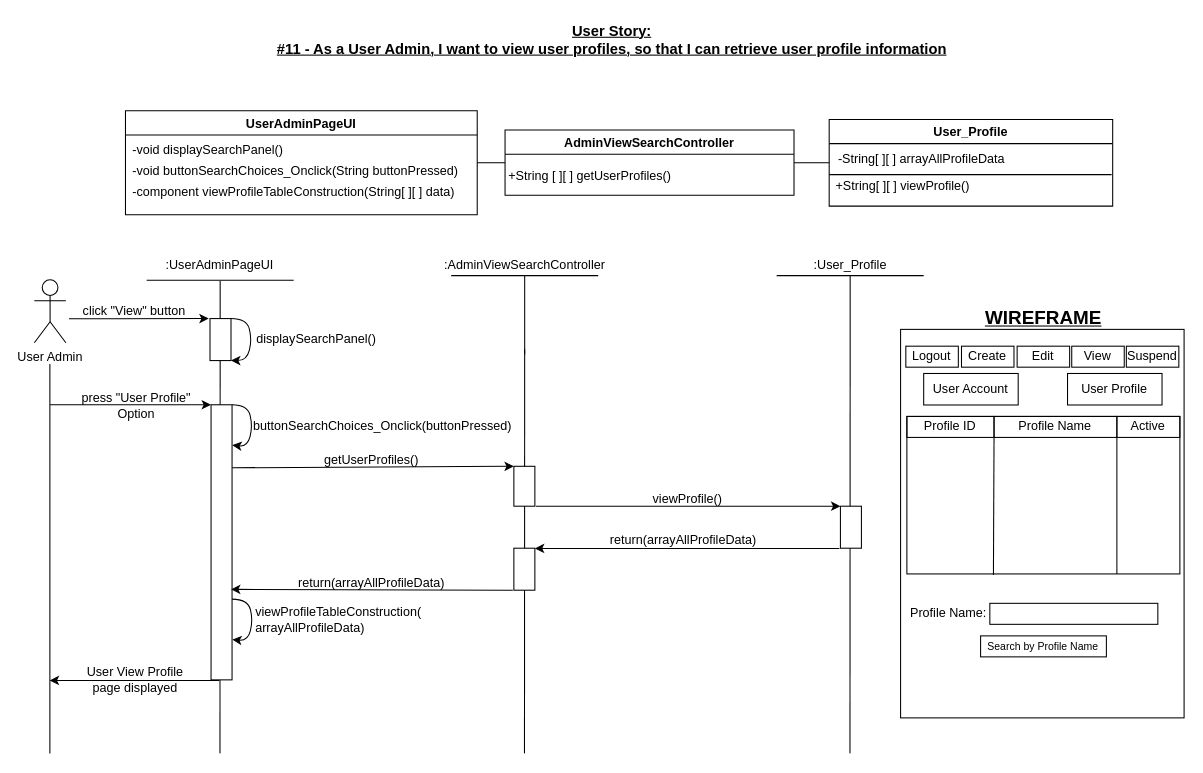
Earlier version of the draw.io diagram BCE_UML_and_Diagrams/UserAdmin/UserAdmin_ViewSearchProfile(#10&11)/UserStory#11_ViewProfile.drawio (extred5700/JAVAGUI-Restaurant-Table-Order-System). Source tidied: cells renumbered, new cells numbered last; positions are measured from the earlier drawing's top-left corner, leaving out a move shared by most shapes. Both pictures are drawn from the tidied source at 105%, with x=0, y=0 at pixel (34, 18).
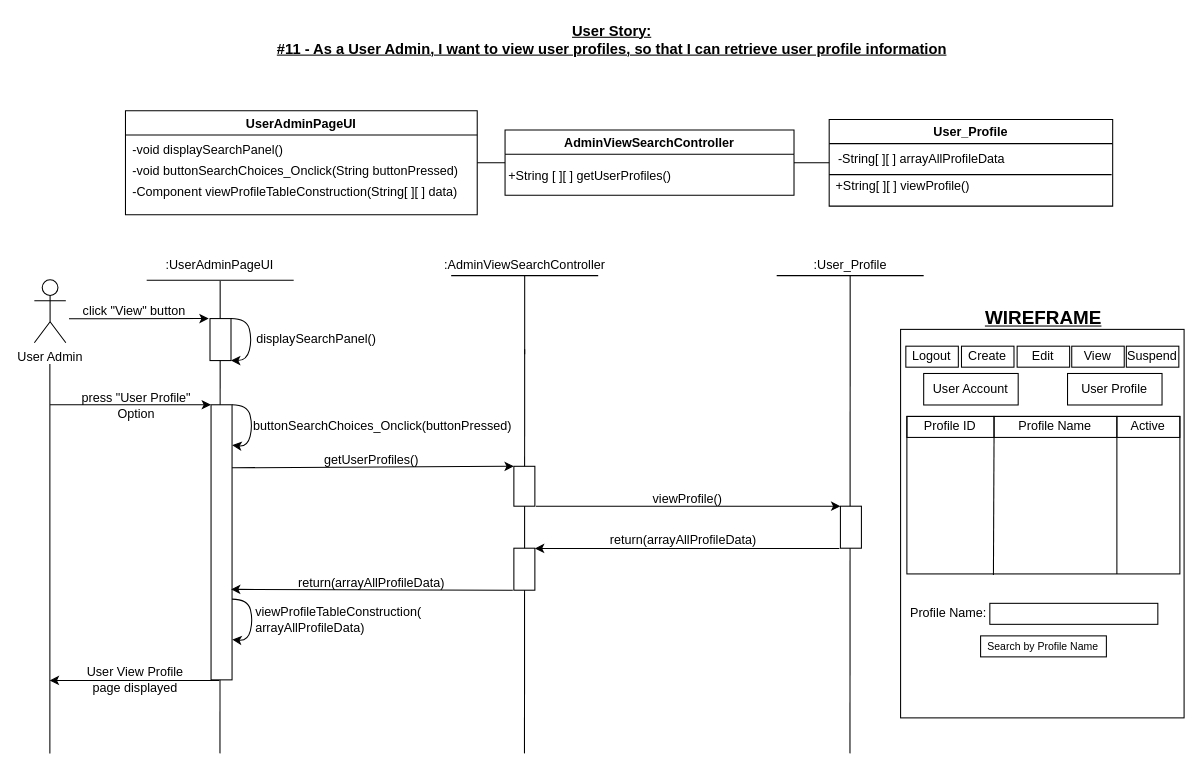
The same diagram, later.

The change refers to these unchanged cells:
```xml
<mxCell id="4" value="UserAdminPageUI" style="swimlane;" parent="1" vertex="1">
  <mxGeometry x="87" y="88" width="335" height="99" as="geometry" />
</mxCell>
```

Diff of the diagram source:
```diff
@@
-    <mxCell id="6" value="-component viewProfileTableConstruction(String[ ][ ] data)" style="text;html=1;align=left;verticalAlign=middle;strokeColor=none;fillColor=none;" parent="4" vertex="1">
+    <mxCell id="6" value="-Component viewProfileTableConstruction(String[ ][ ] data)" style="text;html=1;align=left;verticalAlign=middle;strokeColor=none;fillColor=none;" parent="4" vertex="1">
       <mxGeometry x="5" y="68" width="320" height="20" as="geometry" />
     </mxCell>
```
